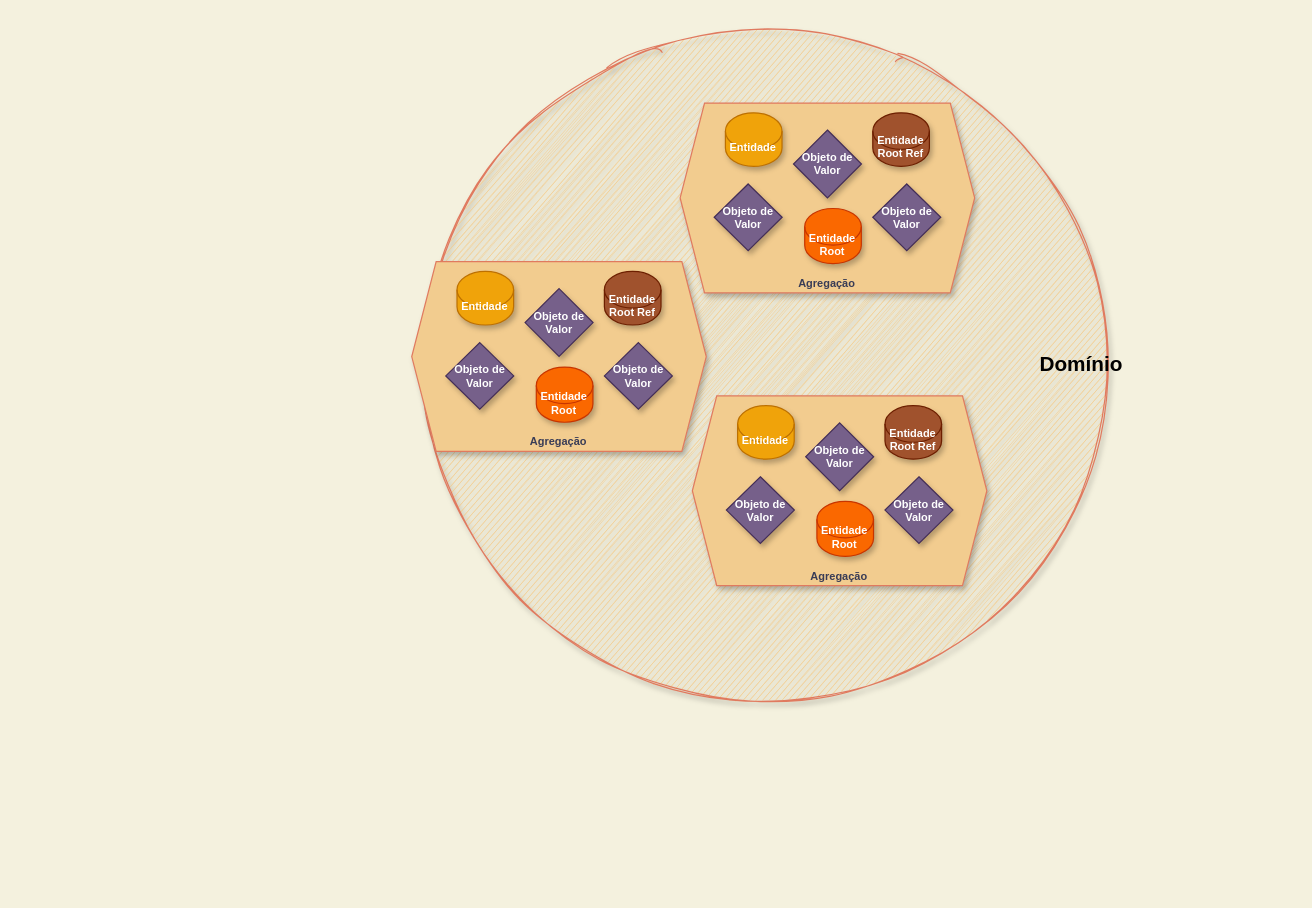
The draw.io diagram page "Arquitetura - Desenho Geral" (7 of 11) of docs/TodoAgility.drawio in roadtoagility/appfabric, before the edit. Source tidied: cells renumbered, new cells numbered last; positions are measured from the earlier drawing's top-left corner, leaving out a move shared by most shapes. Both pictures are drawn from the tidied source at 122%, with x=0, y=0 at pixel (405, 41).
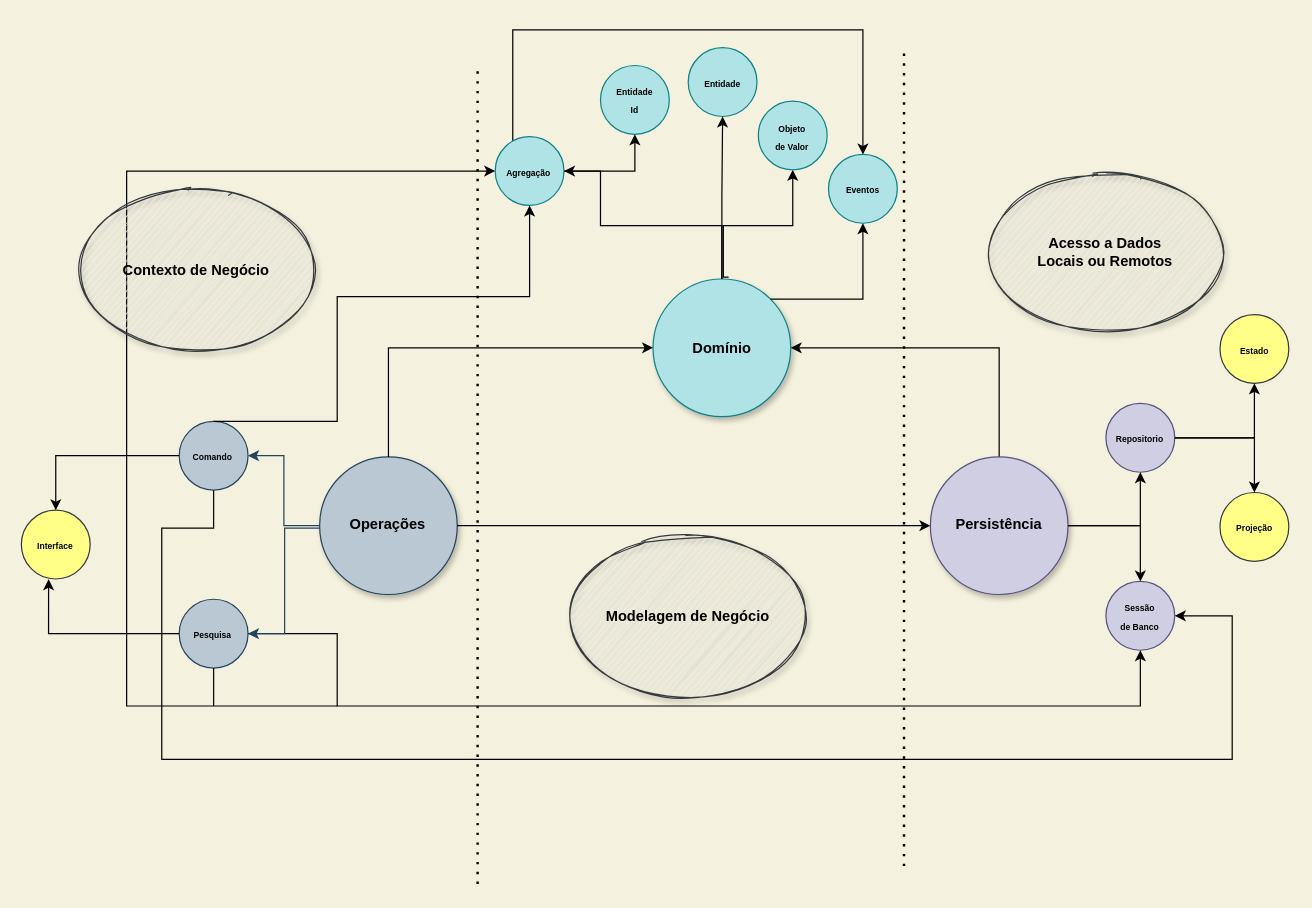
After the change.

Commit message:
finish diagram update to workshop videos

Change to the diagram source:
```diff
@@
+    <mxCell id="27" style="group;" parent="1" vertex="1">
+      <mxGeometry x="-315" y="-10" width="1040" height="700" as="geometry" />
+    </mxCell>
+    <mxCell id="28" value="Operações" style="ellipse;whiteSpace=wrap;html=1;fillColor=#bac8d3;strokeColor=#23445d;shadow=1;fontStyle=1;" parent="27" vertex="1">
+      <mxGeometry x="244.5" y="350" width="112.8" height="112.8" as="geometry" />
+    </mxCell>
+    <mxCell id="29" style="edgeStyle=orthogonalEdgeStyle;rounded=0;jettySize=auto;html=1;entryX=0.5;entryY=1;entryDx=0;entryDy=0;fontStyle=1;" parent="27" edge="1" target="40">
+      <mxGeometry relative="1" as="geometry">
+        <mxPoint x="579.7" y="202.7" as="sourcePoint" />
+        <Array as="points">
+          <mxPoint x="575.4" y="202.7" />
+          <mxPoint x="575.4" y="160.4" />
+          <mxPoint x="632.9" y="160.4" />
+        </Array>
+      </mxGeometry>
+    </mxCell>
-    <mxCell id="2" value="&lt;font style=&quot;font-size: 17px&quot; color=&quot;#000000&quot;&gt;&lt;b&gt;Domínio&lt;/b&gt;&lt;/font&gt;" style="ellipse;whiteSpace=wrap;html=1;rounded=0;shadow=1;sketch=1;strokeColor=#E07A5F;fillColor=#F2CC8F;fontSize=9;fontColor=#FFFFFF;align=right;" parent="1" vertex="1">
-      <mxGeometry x="0.4" width="590" height="530" as="geometry" />
+    <mxCell id="2" value="Domínio" style="ellipse;whiteSpace=wrap;html=1;fillColor=#b0e3e6;strokeColor=#0e8088;shadow=1;fontStyle=1;" parent="27" vertex="1">
+      <mxGeometry x="517.8" y="204.2" width="112.8" height="112.8" as="geometry" />
     </mxCell>
-    <mxCell id="3" style="group;fontSize=9;" parent="1" vertex="1">
-      <mxGeometry x="235" y="290" width="370" height="240" as="geometry" />
-    </mxCell>
-    <mxCell id="4" value="&lt;br style=&quot;font-size: 9px&quot;&gt;&lt;br style=&quot;font-size: 9px&quot;&gt;&lt;br style=&quot;font-size: 9px&quot;&gt;&lt;br style=&quot;font-size: 9px&quot;&gt;&lt;br style=&quot;font-size: 9px&quot;&gt;&lt;br style=&quot;font-size: 9px&quot;&gt;&lt;br style=&quot;font-size: 9px&quot;&gt;&lt;br style=&quot;font-size: 9px&quot;&gt;&lt;br style=&quot;font-size: 9px&quot;&gt;&lt;br style=&quot;font-size: 9px&quot;&gt;&lt;br style=&quot;font-size: 9px&quot;&gt;&lt;br style=&quot;font-size: 9px&quot;&gt;&lt;br&gt;Agregação" style="shape=hexagon;perimeter=hexagonPerimeter2;whiteSpace=wrap;html=1;fixedSize=1;fillColor=#F2CC8F;strokeColor=#E07A5F;fontColor=#393C56;fontStyle=1;shadow=1;sketch=0;fontSize=9;" parent="3" vertex="1">
-      <mxGeometry width="241.4" height="155.5" as="geometry" />
-    </mxCell>
-    <mxCell id="5" value="Entidade&lt;br style=&quot;font-size: 9px&quot;&gt;Root&lt;br&gt;&lt;br&gt;" style="shape=cylinder3;whiteSpace=wrap;html=1;boundedLbl=1;backgroundOutline=1;size=15;fillColor=#fa6800;strokeColor=#C73500;fontColor=#ffffff;fontStyle=1;shadow=1;sketch=0;fontSize=9;" parent="3" vertex="1">
-      <mxGeometry x="102.1" y="86.4" width="46.4" height="45.2" as="geometry" />
-    </mxCell>
-    <mxCell id="6" value="Objeto de &lt;br&gt;Valor" style="rhombus;whiteSpace=wrap;html=1;fillColor=#76608a;strokeColor=#432D57;fontStyle=1;fontColor=#FFFFFF;shadow=1;sketch=0;fontSize=9;" parent="3" vertex="1">
-      <mxGeometry x="157.9" y="66.3" width="55.7" height="54.6" as="geometry" />
-    </mxCell>
-    <mxCell id="7" value="Objeto de &lt;br&gt;Valor" style="rhombus;whiteSpace=wrap;html=1;fillColor=#76608a;strokeColor=#432D57;fontStyle=1;fontColor=#FFFFFF;shadow=1;sketch=0;fontSize=9;" parent="3" vertex="1">
-      <mxGeometry x="27.9" y="66.3" width="55.7" height="54.6" as="geometry" />
-    </mxCell>
-    <mxCell id="8" value="Objeto de &lt;br&gt;Valor" style="rhombus;whiteSpace=wrap;html=1;fillColor=#76608a;strokeColor=#432D57;fontStyle=1;fontColor=#FFFFFF;shadow=1;sketch=0;fontSize=9;" parent="3" vertex="1">
-      <mxGeometry x="92.9" y="22.1" width="55.7" height="55.6" as="geometry" />
-    </mxCell>
-    <mxCell id="9" value="Entidade&lt;br&gt;&lt;br&gt;" style="shape=cylinder3;whiteSpace=wrap;html=1;boundedLbl=1;backgroundOutline=1;size=15;fillColor=#f0a30a;strokeColor=#BD7000;fontColor=#ffffff;fontStyle=1;shadow=1;sketch=0;fontSize=9;" parent="3" vertex="1">
-      <mxGeometry x="37.1" y="8" width="46.4" height="43.9" as="geometry" />
-    </mxCell>
-    <mxCell id="10" value="Entidade&lt;br style=&quot;font-size: 9px&quot;&gt;Root Ref&lt;br&gt;&lt;br&gt;" style="shape=cylinder3;whiteSpace=wrap;html=1;boundedLbl=1;backgroundOutline=1;size=15;fillColor=#a0522d;strokeColor=#6D1F00;fontColor=#ffffff;fontStyle=1;shadow=1;sketch=0;fontSize=9;" parent="3" vertex="1">
-      <mxGeometry x="157.9" y="8" width="46.4" height="43.9" as="geometry" />
-    </mxCell>
-    <mxCell id="11" style="group;fontSize=9;" parent="1" vertex="1">
-      <mxGeometry x="225" y="50" width="260" height="190" as="geometry" />
-    </mxCell>
-    <mxCell id="12" value="&lt;br style=&quot;font-size: 9px&quot;&gt;&lt;br style=&quot;font-size: 9px&quot;&gt;&lt;br style=&quot;font-size: 9px&quot;&gt;&lt;br style=&quot;font-size: 9px&quot;&gt;&lt;br style=&quot;font-size: 9px&quot;&gt;&lt;br style=&quot;font-size: 9px&quot;&gt;&lt;br style=&quot;font-size: 9px&quot;&gt;&lt;br style=&quot;font-size: 9px&quot;&gt;&lt;br style=&quot;font-size: 9px&quot;&gt;&lt;br style=&quot;font-size: 9px&quot;&gt;&lt;br style=&quot;font-size: 9px&quot;&gt;&lt;br style=&quot;font-size: 9px&quot;&gt;&lt;br&gt;Agregação" style="shape=hexagon;perimeter=hexagonPerimeter2;whiteSpace=wrap;html=1;fixedSize=1;fillColor=#F2CC8F;strokeColor=#E07A5F;fontColor=#393C56;fontStyle=1;shadow=1;sketch=0;fontSize=9;" parent="11" vertex="1">
-      <mxGeometry width="241.4" height="155.5" as="geometry" />
-    </mxCell>
-    <mxCell id="13" value="Entidade&lt;br style=&quot;font-size: 9px&quot;&gt;Root&lt;br&gt;&lt;br&gt;" style="shape=cylinder3;whiteSpace=wrap;html=1;boundedLbl=1;backgroundOutline=1;size=15;fillColor=#fa6800;strokeColor=#C73500;fontColor=#ffffff;fontStyle=1;shadow=1;sketch=0;fontSize=9;" parent="11" vertex="1">
-      <mxGeometry x="102.1" y="86.4" width="46.4" height="45.2" as="geometry" />
-    </mxCell>
-    <mxCell id="14" value="Objeto de &lt;br&gt;Valor" style="rhombus;whiteSpace=wrap;html=1;fillColor=#76608a;strokeColor=#432D57;fontStyle=1;fontColor=#FFFFFF;shadow=1;sketch=0;fontSize=9;" parent="11" vertex="1">
-      <mxGeometry x="157.9" y="66.3" width="55.7" height="54.6" as="geometry" />
-    </mxCell>
-    <mxCell id="15" value="Objeto de &lt;br&gt;Valor" style="rhombus;whiteSpace=wrap;html=1;fillColor=#76608a;strokeColor=#432D57;fontStyle=1;fontColor=#FFFFFF;shadow=1;sketch=0;fontSize=9;" parent="11" vertex="1">
-      <mxGeometry x="27.9" y="66.3" width="55.7" height="54.6" as="geometry" />
-    </mxCell>
-    <mxCell id="16" value="Objeto de &lt;br&gt;Valor" style="rhombus;whiteSpace=wrap;html=1;fillColor=#76608a;strokeColor=#432D57;fontStyle=1;fontColor=#FFFFFF;shadow=1;sketch=0;fontSize=9;" parent="11" vertex="1">
-      <mxGeometry x="92.9" y="22.1" width="55.7" height="55.6" as="geometry" />
-    </mxCell>
-    <mxCell id="17" value="Entidade&lt;br&gt;&lt;br&gt;" style="shape=cylinder3;whiteSpace=wrap;html=1;boundedLbl=1;backgroundOutline=1;size=15;fillColor=#f0a30a;strokeColor=#BD7000;fontColor=#ffffff;fontStyle=1;shadow=1;sketch=0;fontSize=9;" parent="11" vertex="1">
-      <mxGeometry x="37.1" y="8" width="46.4" height="43.9" as="geometry" />
-    </mxCell>
-    <mxCell id="18" value="Entidade&lt;br style=&quot;font-size: 9px&quot;&gt;Root Ref&lt;br&gt;&lt;br&gt;" style="shape=cylinder3;whiteSpace=wrap;html=1;boundedLbl=1;backgroundOutline=1;size=15;fillColor=#a0522d;strokeColor=#6D1F00;fontColor=#ffffff;fontStyle=1;shadow=1;sketch=0;fontSize=9;" parent="11" vertex="1">
-      <mxGeometry x="157.9" y="8" width="46.4" height="43.9" as="geometry" />
-    </mxCell>
-    <mxCell id="19" style="group;fontSize=9;" parent="1" vertex="1">
-      <mxGeometry x="5" y="180" width="260" height="190" as="geometry" />
-    </mxCell>
-    <mxCell id="20" value="&lt;br style=&quot;font-size: 9px&quot;&gt;&lt;br style=&quot;font-size: 9px&quot;&gt;&lt;br style=&quot;font-size: 9px&quot;&gt;&lt;br style=&quot;font-size: 9px&quot;&gt;&lt;br style=&quot;font-size: 9px&quot;&gt;&lt;br style=&quot;font-size: 9px&quot;&gt;&lt;br style=&quot;font-size: 9px&quot;&gt;&lt;br style=&quot;font-size: 9px&quot;&gt;&lt;br style=&quot;font-size: 9px&quot;&gt;&lt;br style=&quot;font-size: 9px&quot;&gt;&lt;br style=&quot;font-size: 9px&quot;&gt;&lt;br style=&quot;font-size: 9px&quot;&gt;&lt;br&gt;Agregação" style="shape=hexagon;perimeter=hexagonPerimeter2;whiteSpace=wrap;html=1;fixedSize=1;fillColor=#F2CC8F;strokeColor=#E07A5F;fontColor=#393C56;fontStyle=1;shadow=1;sketch=0;fontSize=9;" parent="19" vertex="1">
-      <mxGeometry width="241.4" height="155.5" as="geometry" />
-    </mxCell>
-    <mxCell id="21" value="Entidade&lt;br style=&quot;font-size: 9px&quot;&gt;Root&lt;br&gt;&lt;br&gt;" style="shape=cylinder3;whiteSpace=wrap;html=1;boundedLbl=1;backgroundOutline=1;size=15;fillColor=#fa6800;strokeColor=#C73500;fontColor=#ffffff;fontStyle=1;shadow=1;sketch=0;fontSize=9;" parent="19" vertex="1">
-      <mxGeometry x="102.1" y="86.4" width="46.4" height="45.2" as="geometry" />
-    </mxCell>
-    <mxCell id="22" value="Objeto de &lt;br&gt;Valor" style="rhombus;whiteSpace=wrap;html=1;fillColor=#76608a;strokeColor=#432D57;fontStyle=1;fontColor=#FFFFFF;shadow=1;sketch=0;fontSize=9;" parent="19" vertex="1">
-      <mxGeometry x="157.9" y="66.3" width="55.7" height="54.6" as="geometry" />
-    </mxCell>
-    <mxCell id="23" value="Objeto de &lt;br&gt;Valor" style="rhombus;whiteSpace=wrap;html=1;fillColor=#76608a;strokeColor=#432D57;fontStyle=1;fontColor=#FFFFFF;shadow=1;sketch=0;fontSize=9;" parent="19" vertex="1">
-      <mxGeometry x="27.9" y="66.3" width="55.7" height="54.6" as="geometry" />
-    </mxCell>
-    <mxCell id="24" value="Objeto de &lt;br&gt;Valor" style="rhombus;whiteSpace=wrap;html=1;fillColor=#76608a;strokeColor=#432D57;fontStyle=1;fontColor=#FFFFFF;shadow=1;sketch=0;fontSize=9;" parent="19" vertex="1">
-      <mxGeometry x="92.9" y="22.1" width="55.7" height="55.6" as="geometry" />
-    </mxCell>
-    <mxCell id="25" value="Entidade&lt;br&gt;&lt;br&gt;" style="shape=cylinder3;whiteSpace=wrap;html=1;boundedLbl=1;backgroundOutline=1;size=15;fillColor=#f0a30a;strokeColor=#BD7000;fontColor=#ffffff;fontStyle=1;shadow=1;sketch=0;fontSize=9;" parent="19" vertex="1">
-      <mxGeometry x="37.1" y="8" width="46.4" height="43.9" as="geometry" />
-    </mxCell>
-    <mxCell id="26" value="Entidade&lt;br style=&quot;font-size: 9px&quot;&gt;Root Ref&lt;br&gt;&lt;br&gt;" style="shape=cylinder3;whiteSpace=wrap;html=1;boundedLbl=1;backgroundOutline=1;size=15;fillColor=#a0522d;strokeColor=#6D1F00;fontColor=#ffffff;fontStyle=1;shadow=1;sketch=0;fontSize=9;" parent="19" vertex="1">
-      <mxGeometry x="157.9" y="8" width="46.4" height="43.9" as="geometry" />
-    </mxCell>
+    <mxCell id="30" style="edgeStyle=orthogonalEdgeStyle;rounded=0;jettySize=auto;html=1;entryX=0;entryY=0.5;entryDx=0;entryDy=0;exitX=0.5;exitY=0;exitDx=0;exitDy=0;fontStyle=1;" parent="27" edge="1" source="28" target="2">
+      <mxGeometry relative="1" as="geometry" />
+    </mxCell>
+    <mxCell id="31" style="edgeStyle=orthogonalEdgeStyle;rounded=0;jettySize=auto;html=1;entryX=1;entryY=0.5;entryDx=0;entryDy=0;exitX=0.5;exitY=0;exitDx=0;exitDy=0;fontStyle=1;" parent="27" edge="1" source="32" target="2">
+      <mxGeometry relative="1" as="geometry" />
+    </mxCell>
+    <mxCell id="32" value="Persistência" style="ellipse;whiteSpace=wrap;html=1;fillColor=#d0cee2;strokeColor=#56517e;shadow=1;fontStyle=1;" parent="27" vertex="1">
+      <mxGeometry x="745.1" y="350" width="112.8" height="112.8" as="geometry" />
+    </mxCell>
+    <mxCell id="33" style="edgeStyle=orthogonalEdgeStyle;rounded=0;jettySize=auto;html=1;entryX=0;entryY=0.5;entryDx=0;entryDy=0;fontStyle=1;" parent="27" edge="1" source="28" target="32">
+      <mxGeometry relative="1" as="geometry" />
+    </mxCell>
+    <mxCell id="34" value="&lt;font style=&quot;font-size: 7px&quot;&gt;Sessão&lt;br&gt;de Banco&lt;br&gt;&lt;/font&gt;" style="ellipse;whiteSpace=wrap;html=1;fillColor=#d0cee2;strokeColor=#56517e;fontStyle=1;" parent="27" vertex="1">
+      <mxGeometry x="889" y="452.1" width="56.4" height="56.4" as="geometry" />
+    </mxCell>
+    <mxCell id="35" style="edgeStyle=orthogonalEdgeStyle;rounded=0;jettySize=auto;html=1;exitX=1;exitY=0.5;exitDx=0;exitDy=0;entryX=0.5;entryY=0;entryDx=0;entryDy=0;fontStyle=1;" parent="27" edge="1" source="32" target="34">
+      <mxGeometry relative="1" as="geometry" />
+    </mxCell>
+    <mxCell id="36" value="&lt;font style=&quot;font-size: 7px&quot;&gt;Repositorio&lt;/font&gt;" style="ellipse;whiteSpace=wrap;html=1;fillColor=#d0cee2;strokeColor=#56517e;fontStyle=1;" parent="27" vertex="1">
+      <mxGeometry x="889" y="306.2" width="56.4" height="56.4" as="geometry" />
+    </mxCell>
+    <mxCell id="37" style="edgeStyle=orthogonalEdgeStyle;rounded=0;jettySize=auto;html=1;entryX=0.5;entryY=1;entryDx=0;entryDy=0;fontStyle=1;" parent="27" edge="1" source="32" target="36">
+      <mxGeometry relative="1" as="geometry" />
+    </mxCell>
+    <mxCell id="38" value="&lt;font style=&quot;font-size: 7px&quot;&gt;Entidade&lt;/font&gt;" style="ellipse;whiteSpace=wrap;html=1;fillColor=#b0e3e6;strokeColor=#0e8088;fontStyle=1;" parent="27" vertex="1">
+      <mxGeometry x="546.6" y="14.6" width="56.4" height="56.4" as="geometry" />
+    </mxCell>
+    <mxCell id="39" style="edgeStyle=orthogonalEdgeStyle;rounded=0;jettySize=auto;html=1;fontStyle=1;" parent="27" edge="1" source="2" target="38">
+      <mxGeometry relative="1" as="geometry" />
+    </mxCell>
+    <mxCell id="40" value="&lt;font style=&quot;font-size: 7px&quot;&gt;Objeto &lt;br&gt;de Valor&lt;/font&gt;" style="ellipse;whiteSpace=wrap;html=1;fillColor=#b0e3e6;strokeColor=#0e8088;fontStyle=1;" parent="27" vertex="1">
+      <mxGeometry x="604.1" y="58.3" width="56.4" height="56.4" as="geometry" />
+    </mxCell>
+    <mxCell id="41" value="&lt;span style=&quot;font-size: 7px&quot;&gt;Eventos&lt;/span&gt;" style="ellipse;whiteSpace=wrap;html=1;fillColor=#b0e3e6;strokeColor=#0e8088;fontStyle=1;" parent="27" vertex="1">
+      <mxGeometry x="661.6" y="102.1" width="56.4" height="56.4" as="geometry" />
+    </mxCell>
+    <mxCell id="42" style="edgeStyle=orthogonalEdgeStyle;rounded=0;jettySize=auto;html=1;exitX=1;exitY=0;exitDx=0;exitDy=0;fontStyle=1;" parent="27" edge="1" source="2" target="41">
+      <mxGeometry relative="1" as="geometry" />
+    </mxCell>
+    <mxCell id="43" style="edgeStyle=orthogonalEdgeStyle;rounded=0;jettySize=auto;html=1;entryX=1;entryY=0.5;entryDx=0;entryDy=0;exitX=0.5;exitY=1;exitDx=0;exitDy=0;fontStyle=1;" parent="27" edge="1" source="44" target="34">
+      <mxGeometry relative="1" as="geometry">
+        <Array as="points">
+          <mxPoint x="158.2" y="408.3" />
+          <mxPoint x="115.1" y="408.3" />
+          <mxPoint x="115.1" y="597.9" />
+          <mxPoint x="992.5" y="597.9" />
+          <mxPoint x="992.5" y="481.2" />
+        </Array>
+      </mxGeometry>
+    </mxCell>
+    <mxCell id="44" value="&lt;font style=&quot;font-size: 7px&quot;&gt;Comando&lt;/font&gt;" style="ellipse;whiteSpace=wrap;html=1;fillColor=#bac8d3;strokeColor=#23445d;fontStyle=1;" parent="27" vertex="1">
+      <mxGeometry x="129.4" y="320.8" width="56.4" height="56.4" as="geometry" />
+    </mxCell>
+    <mxCell id="45" style="edgeStyle=orthogonalEdgeStyle;rounded=0;jettySize=auto;html=1;entryX=1;entryY=0.5;entryDx=0;entryDy=0;fontStyle=1;fillColor=#bac8d3;strokeColor=#23445d;" parent="27" edge="1" source="28" target="44">
+      <mxGeometry relative="1" as="geometry" />
+    </mxCell>
+    <mxCell id="46" style="edgeStyle=orthogonalEdgeStyle;rounded=0;jettySize=auto;html=1;entryX=0.5;entryY=1;entryDx=0;entryDy=0;fontStyle=1;" parent="27" edge="1" source="47" target="34">
+      <mxGeometry relative="1" as="geometry">
+        <Array as="points">
+          <mxPoint x="258.9" y="554.2" />
+          <mxPoint x="917.7" y="554.2" />
+        </Array>
+      </mxGeometry>
+    </mxCell>
+    <mxCell id="47" value="&lt;font style=&quot;font-size: 7px&quot;&gt;Pesquisa&lt;/font&gt;" style="ellipse;whiteSpace=wrap;html=1;fillColor=#bac8d3;strokeColor=#23445d;fontStyle=1;" parent="27" vertex="1">
+      <mxGeometry x="129.4" y="466.7" width="56.4" height="56.4" as="geometry" />
+    </mxCell>
+    <mxCell id="48" style="edgeStyle=orthogonalEdgeStyle;rounded=0;jettySize=auto;html=1;entryX=1;entryY=0.5;entryDx=0;entryDy=0;fontStyle=1;fillColor=#bac8d3;strokeColor=#23445d;" parent="27" edge="1" source="28" target="47">
+      <mxGeometry relative="1" as="geometry">
+        <Array as="points">
+          <mxPoint x="215.8" y="408.3" />
+          <mxPoint x="215.8" y="495.8" />
+        </Array>
+      </mxGeometry>
+    </mxCell>
+    <mxCell id="49" value="&lt;font style=&quot;font-size: 7px&quot;&gt;Projeção&lt;/font&gt;" style="ellipse;whiteSpace=wrap;html=1;fillColor=#ffff88;strokeColor=#36393d;fontStyle=1;" parent="27" vertex="1">
+      <mxGeometry x="982.5" y="379.2" width="56.4" height="56.4" as="geometry" />
+    </mxCell>
+    <mxCell id="50" style="edgeStyle=orthogonalEdgeStyle;rounded=0;jettySize=auto;html=1;exitX=1;exitY=0.5;exitDx=0;exitDy=0;entryX=0.5;entryY=0;entryDx=0;entryDy=0;fontStyle=1;" parent="27" edge="1" source="36" target="49">
+      <mxGeometry relative="1" as="geometry" />
+    </mxCell>
+    <mxCell id="51" value="&lt;font style=&quot;font-size: 7px&quot;&gt;Estado&lt;/font&gt;" style="ellipse;whiteSpace=wrap;html=1;fillColor=#ffff88;strokeColor=#36393d;fontStyle=1;" parent="27" vertex="1">
+      <mxGeometry x="982.5" y="233.3" width="56.4" height="56.4" as="geometry" />
+    </mxCell>
+    <mxCell id="52" style="edgeStyle=orthogonalEdgeStyle;rounded=0;jettySize=auto;html=1;fontStyle=1;" parent="27" edge="1" source="36" target="51">
+      <mxGeometry relative="1" as="geometry" />
+    </mxCell>
+    <mxCell id="53" style="edgeStyle=orthogonalEdgeStyle;rounded=0;jettySize=auto;html=1;entryX=0.5;entryY=0;entryDx=0;entryDy=0;" parent="27" edge="1" source="54" target="41">
+      <mxGeometry relative="1" as="geometry">
+        <Array as="points">
+          <mxPoint x="402.8" />
+          <mxPoint x="690.5" />
+        </Array>
+      </mxGeometry>
+    </mxCell>
+    <mxCell id="54" value="&lt;font style=&quot;font-size: 7px&quot;&gt;Agregação&lt;/font&gt;" style="ellipse;whiteSpace=wrap;html=1;fillColor=#b0e3e6;strokeColor=#0e8088;fontStyle=1;" parent="27" vertex="1">
+      <mxGeometry x="388.4" y="87.5" width="56.4" height="56.4" as="geometry" />
+    </mxCell>
+    <mxCell id="55" style="edgeStyle=orthogonalEdgeStyle;rounded=0;jettySize=auto;html=1;exitX=0.5;exitY=0;exitDx=0;exitDy=0;entryX=1;entryY=0.5;entryDx=0;entryDy=0;fontStyle=1;" parent="27" edge="1" source="2" target="54">
+      <mxGeometry relative="1" as="geometry">
+        <Array as="points">
+          <mxPoint x="575.4" y="160.4" />
+          <mxPoint x="474.7" y="160.4" />
+          <mxPoint x="474.7" y="116.7" />
+        </Array>
+      </mxGeometry>
+    </mxCell>
+    <mxCell id="56" style="edgeStyle=orthogonalEdgeStyle;rounded=0;jettySize=auto;html=1;entryX=0;entryY=0.5;entryDx=0;entryDy=0;fontStyle=1;" parent="27" edge="1" source="47" target="54">
+      <mxGeometry relative="1" as="geometry">
+        <Array as="points">
+          <mxPoint x="258.9" y="554.2" />
+          <mxPoint x="86.3" y="554.2" />
+          <mxPoint x="86.3" y="116.7" />
+        </Array>
+      </mxGeometry>
+    </mxCell>
+    <mxCell id="57" style="edgeStyle=orthogonalEdgeStyle;rounded=0;jettySize=auto;html=1;exitX=0.5;exitY=0;exitDx=0;exitDy=0;entryX=0.5;entryY=1;entryDx=0;entryDy=0;fontStyle=1;" parent="27" edge="1" source="44" target="54">
+      <mxGeometry relative="1" as="geometry">
+        <Array as="points">
+          <mxPoint x="258.9" y="218.7" />
+          <mxPoint x="417.2" y="218.7" />
+        </Array>
+      </mxGeometry>
+    </mxCell>
+    <mxCell id="58" value="&lt;font style=&quot;font-size: 7px&quot;&gt;Entidade&lt;br&gt;Id&lt;br&gt;&lt;/font&gt;" style="ellipse;whiteSpace=wrap;html=1;fillColor=#b0e3e6;strokeColor=#0e8088;fontStyle=1;" parent="27" vertex="1">
+      <mxGeometry x="474.7" y="29.2" width="56.4" height="56.4" as="geometry" />
+    </mxCell>
+    <mxCell id="59" style="edgeStyle=orthogonalEdgeStyle;rounded=0;jettySize=auto;html=1;entryX=0.5;entryY=1;entryDx=0;entryDy=0;fontStyle=1;" parent="27" edge="1" source="54" target="58">
+      <mxGeometry relative="1" as="geometry" />
+    </mxCell>
+    <mxCell id="60" value="&lt;font style=&quot;font-size: 7px&quot;&gt;Interface&lt;/font&gt;" style="ellipse;whiteSpace=wrap;html=1;fillColor=#ffff88;strokeColor=#36393d;fontStyle=1;" parent="27" vertex="1">
+      <mxGeometry y="393.7" width="56.4" height="56.4" as="geometry" />
+    </mxCell>
+    <mxCell id="61" style="edgeStyle=orthogonalEdgeStyle;rounded=0;jettySize=auto;html=1;entryX=0.5;entryY=0;entryDx=0;entryDy=0;fontStyle=1;" parent="27" edge="1" source="44" target="60">
+      <mxGeometry relative="1" as="geometry" />
+    </mxCell>
+    <mxCell id="62" value="Acesso a Dados&lt;br&gt;Locais ou Remotos" style="ellipse;whiteSpace=wrap;html=1;shadow=1;fillColor=#eeeeee;strokeColor=#36393d;fontStyle=1;sketch=1;" parent="27" vertex="1">
+      <mxGeometry x="788.3" y="116.7" width="201.4" height="131.2" as="geometry" />
+    </mxCell>
+    <mxCell id="63" style="endArrow=none;dashed=1;html=1;dashPattern=1 3;strokeWidth=2;" parent="27" edge="1">
+      <mxGeometry relative="1" as="geometry">
+        <mxPoint x="723.5" y="685.4" as="sourcePoint" />
+        <mxPoint x="723.5" y="14.6" as="targetPoint" />
+      </mxGeometry>
+    </mxCell>
+    <mxCell id="64" style="endArrow=none;dashed=1;html=1;dashPattern=1 3;strokeWidth=2;" parent="27" edge="1">
+      <mxGeometry relative="1" as="geometry">
+        <mxPoint x="374" y="700" as="sourcePoint" />
+        <mxPoint x="374" y="29.2" as="targetPoint" />
+      </mxGeometry>
+    </mxCell>
+    <mxCell id="65" value="Contexto de Negócio" style="ellipse;whiteSpace=wrap;html=1;shadow=1;fillColor=#eeeeee;strokeColor=#36393d;fontStyle=1;sketch=1;" parent="27" vertex="1">
+      <mxGeometry x="43.2" y="131.2" width="201.4" height="131.2" as="geometry" />
+    </mxCell>
+    <mxCell id="66" value="Modelagem de Negócio" style="ellipse;whiteSpace=wrap;html=1;shadow=1;fillColor=#eeeeee;strokeColor=#36393d;fontStyle=1;sketch=1;" parent="27" vertex="1">
+      <mxGeometry x="445.9" y="415.6" width="201.4" height="131.2" as="geometry" />
+    </mxCell>
+    <mxCell id="67" style="edgeStyle=orthogonalEdgeStyle;rounded=0;jettySize=auto;html=1;entryX=0.396;entryY=1.004;entryDx=0;entryDy=0;entryPerimeter=0;fontStyle=1;" parent="27" edge="1" source="47" target="60">
+      <mxGeometry relative="1" as="geometry" />
+    </mxCell>
```
